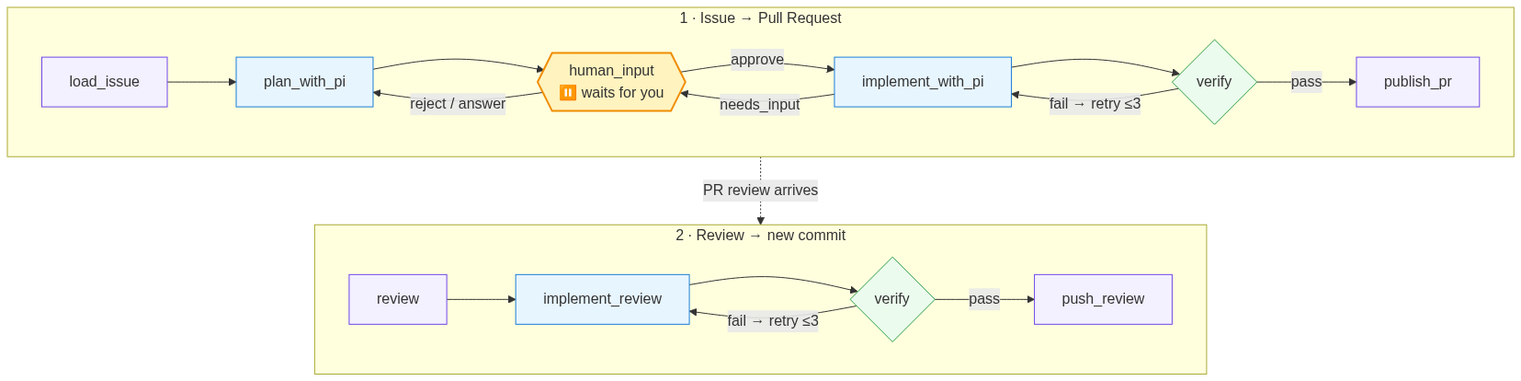
This is docs/graph-slide.png from NetanelRotem/agent-demo-taskboard, a Mermaid export, as it was before one commit. Its source is kept beside it as docs/graph-slide.mmd.
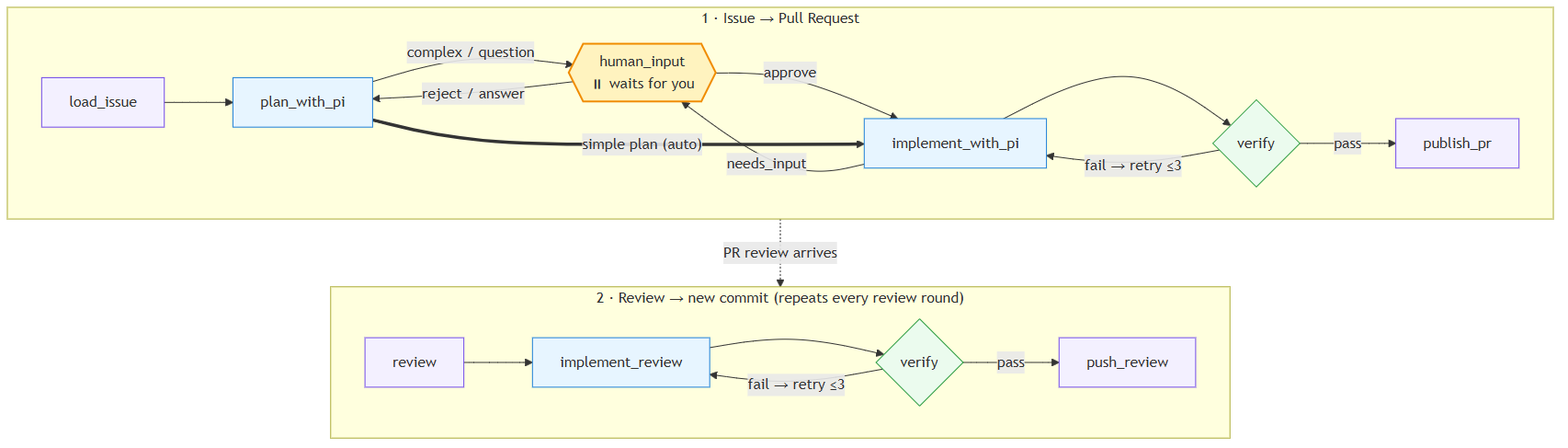
Above is the later version.

Change to the diagram source:
```diff
@@ -2,22 +2,23 @@
     subgraph A["1 · Issue → Pull Request"]
         direction LR
         L[load_issue] --> P[plan_with_pi]
-        P --> H{{"human_input<br/>⏸ waits for you"}}
+        P -->|"complex / question"| H{{"human_input<br/>⏸ waits for you"}}
         H -->|approve| I[implement_with_pi]
+        P ==>|"simple plan (auto)"| I
         H -->|"reject / answer"| P
         I -->|needs_input| H
         I --> V{verify}
         V -->|"fail → retry ≤3"| I
         V -->|pass| PR[publish_pr]
     end
-    subgraph B["2 · Review → new commit"]
+    subgraph B["2 · Review → new commit (repeats every review round)"]
         direction LR
         R[review] --> IR[implement_review]
         IR --> V2{verify}
         V2 -->|"fail → retry ≤3"| IR
         V2 -->|pass| PU[push_review]
     end
-    PR -.->|"PR review arrives"| R
+    A -.->|"PR review arrives"| B
 
     classDef pi fill:#e7f5ff,stroke:#1c7ed6
     classDef human fill:#fff3bf,stroke:#f08c00,stroke-width:2px
```
